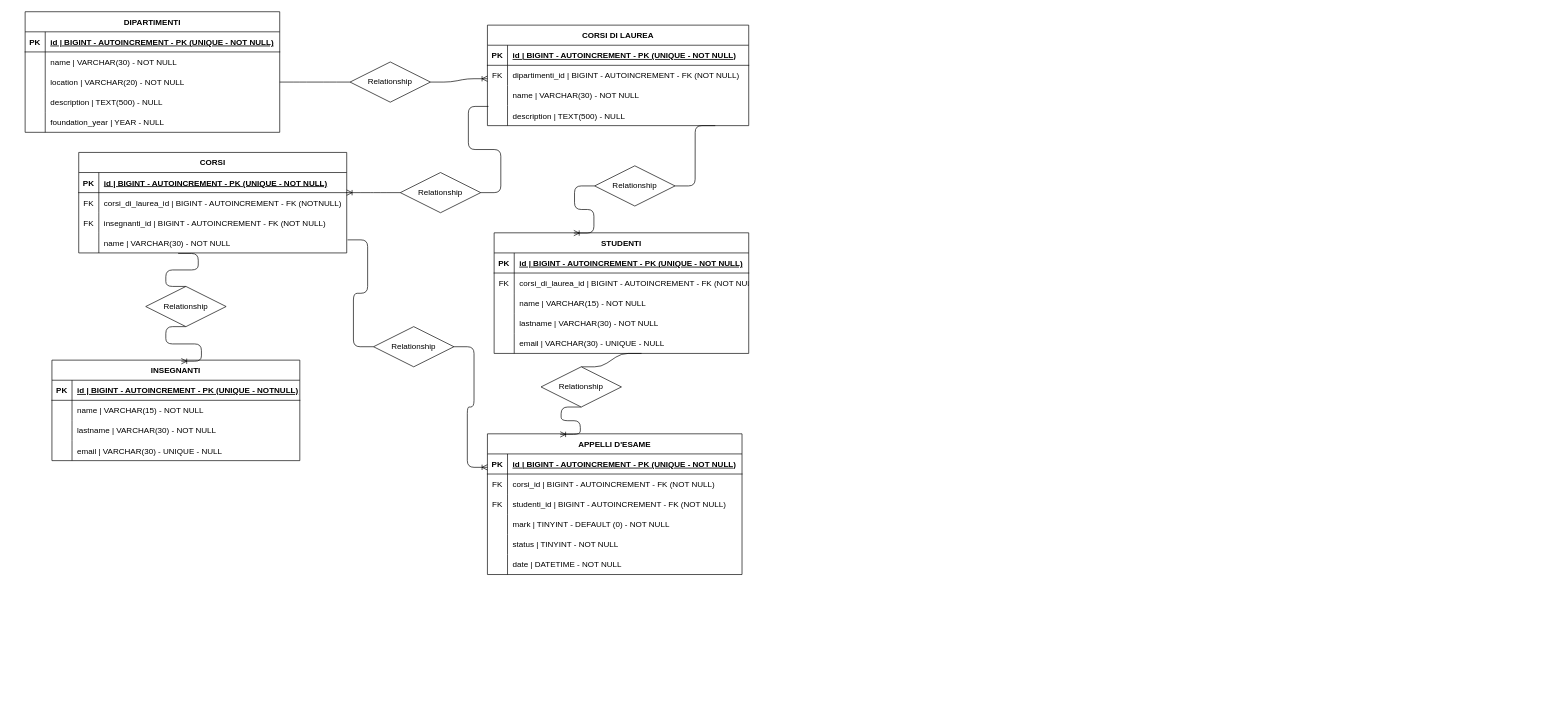
This is schema.drawio from JacopoTrincanato/db-university, a draw.io file, before an edit. Source tidied: cells renumbered, new cells numbered last; positions are measured from the earlier drawing's top-left corner, leaving out a move shared by most shapes. Both pictures are drawn from the tidied source at 67%, with x=0, y=0 at pixel (25, 11).
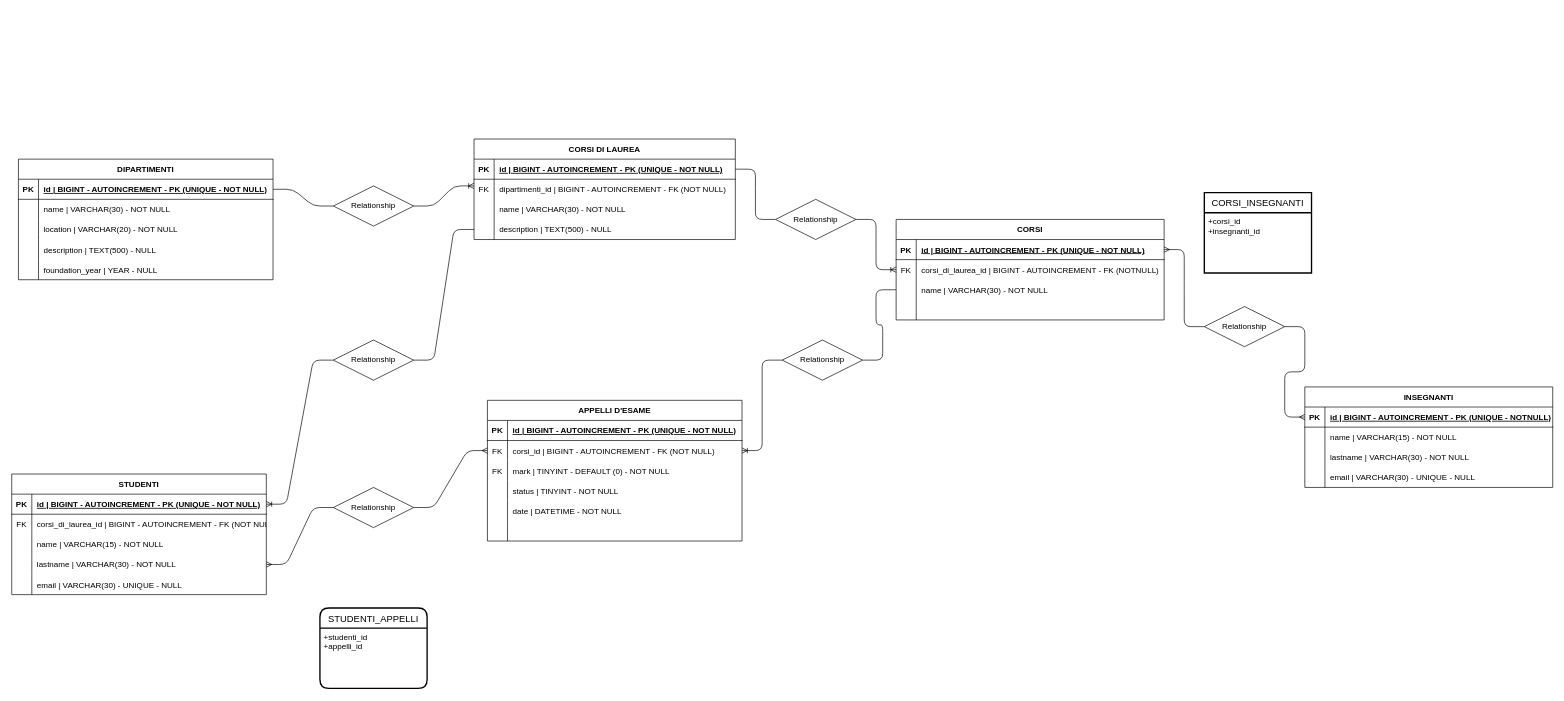
Above is the later version.

Unchanged cells that the change refers to:
```xml
<mxCell id="3" style="shape=tableRow;horizontal=0;startSize=0;swimlaneHead=0;swimlaneBody=0;fillColor=none;points=[[0,0.5],[1,0.5]];portConstraint=eastwest;top=0;left=0;right=0;bottom=1;" parent="2" vertex="1">
  <mxGeometry y="30" width="380" height="30" as="geometry" />
</mxCell>
<mxCell id="9" style="shape=tableRow;horizontal=0;startSize=0;swimlaneHead=0;swimlaneBody=0;fillColor=none;points=[[0,0.5],[1,0.5]];portConstraint=eastwest;top=0;left=0;right=0;bottom=0;" parent="2" vertex="1">
  <mxGeometry y="90" width="380" height="30" as="geometry" />
</mxCell>
<mxCell id="19" style="shape=tableRow;horizontal=0;startSize=0;swimlaneHead=0;swimlaneBody=0;fillColor=none;points=[[0,0.5],[1,0.5]];portConstraint=eastwest;top=0;left=0;right=0;bottom=1;" parent="18" vertex="1">
  <mxGeometry y="30" width="390" height="30" as="geometry" />
</mxCell>
<mxCell id="22" style="shape=tableRow;horizontal=0;startSize=0;swimlaneHead=0;swimlaneBody=0;fillColor=none;points=[[0,0.5],[1,0.5]];portConstraint=eastwest;top=0;left=0;right=0;bottom=0;" parent="18" vertex="1">
  <mxGeometry y="60" width="390" height="30" as="geometry" />
</mxCell>
<mxCell id="28" style="shape=tableRow;horizontal=0;startSize=0;swimlaneHead=0;swimlaneBody=0;fillColor=none;points=[[0,0.5],[1,0.5]];portConstraint=eastwest;top=0;left=0;right=0;bottom=0;" parent="18" vertex="1">
  <mxGeometry y="120" width="390" height="30" as="geometry" />
</mxCell>
<mxCell id="32" style="shape=tableRow;horizontal=0;startSize=0;swimlaneHead=0;swimlaneBody=0;fillColor=none;points=[[0,0.5],[1,0.5]];portConstraint=eastwest;top=0;left=0;right=0;bottom=1;" parent="31" vertex="1">
  <mxGeometry y="30" width="400" height="30" as="geometry" />
</mxCell>
<mxCell id="35" style="shape=tableRow;horizontal=0;startSize=0;swimlaneHead=0;swimlaneBody=0;fillColor=none;points=[[0,0.5],[1,0.5]];portConstraint=eastwest;top=0;left=0;right=0;bottom=0;" parent="31" vertex="1">
  <mxGeometry y="60" width="400" height="30" as="geometry" />
</mxCell>
<mxCell id="38" style="shape=tableRow;horizontal=0;startSize=0;swimlaneHead=0;swimlaneBody=0;fillColor=none;points=[[0,0.5],[1,0.5]];portConstraint=eastwest;top=0;left=0;right=0;bottom=0;" parent="31" vertex="1">
  <mxGeometry y="90" width="400" height="30" as="geometry" />
</mxCell>
<mxCell id="41" style="shape=tableRow;horizontal=0;startSize=0;swimlaneHead=0;swimlaneBody=0;fillColor=none;points=[[0,0.5],[1,0.5]];portConstraint=eastwest;top=0;left=0;right=0;bottom=0;" parent="31" vertex="1">
  <mxGeometry y="120" width="400" height="30" as="geometry" />
</mxCell>
<mxCell id="45" style="shape=tableRow;horizontal=0;startSize=0;swimlaneHead=0;swimlaneBody=0;fillColor=none;points=[[0,0.5],[1,0.5]];portConstraint=eastwest;top=0;left=0;right=0;bottom=1;" parent="44" vertex="1">
  <mxGeometry y="30" width="370" height="30" as="geometry" />
</mxCell>
<mxCell id="58" style="shape=tableRow;horizontal=0;startSize=0;swimlaneHead=0;swimlaneBody=0;fillColor=none;points=[[0,0.5],[1,0.5]];portConstraint=eastwest;top=0;left=0;right=0;bottom=1;" parent="57" vertex="1">
  <mxGeometry y="30" width="380" height="30" as="geometry" />
</mxCell>
<mxCell id="61" style="shape=tableRow;horizontal=0;startSize=0;swimlaneHead=0;swimlaneBody=0;fillColor=none;points=[[0,0.5],[1,0.5]];portConstraint=eastwest;top=0;left=0;right=0;bottom=0;" parent="57" vertex="1">
  <mxGeometry y="60" width="380" height="30" as="geometry" />
</mxCell>
<mxCell id="64" style="shape=tableRow;horizontal=0;startSize=0;swimlaneHead=0;swimlaneBody=0;fillColor=none;top=0;left=0;right=0;bottom=0;" parent="57" vertex="1">
  <mxGeometry y="90" width="380" height="30" as="geometry" />
</mxCell>
<mxCell id="67" style="shape=tableRow;horizontal=0;startSize=0;swimlaneHead=0;swimlaneBody=0;fillColor=none;top=0;left=0;right=0;bottom=0;" parent="57" vertex="1">
  <mxGeometry y="120" width="380" height="30" as="geometry" />
</mxCell>
<mxCell id="70" style="shape=tableRow;horizontal=0;startSize=0;swimlaneHead=0;swimlaneBody=0;fillColor=none;top=0;left=0;right=0;bottom=0;" parent="57" vertex="1">
  <mxGeometry y="150" width="380" height="30" as="geometry" />
</mxCell>
<mxCell id="73" style="shape=tableRow;horizontal=0;startSize=0;swimlaneHead=0;swimlaneBody=0;fillColor=none;top=0;left=0;right=0;bottom=0;" parent="57" vertex="1">
  <mxGeometry y="180" width="380" height="30" as="geometry" />
</mxCell>
<mxCell id="77" style="shape=tableRow;horizontal=0;startSize=0;swimlaneHead=0;swimlaneBody=0;fillColor=none;points=[[0,0.5],[1,0.5]];portConstraint=eastwest;top=0;left=0;right=0;bottom=1;" parent="76" vertex="1">
  <mxGeometry y="30" width="380" height="30" as="geometry" />
</mxCell>
<mxCell id="86" style="shape=tableRow;horizontal=0;startSize=0;swimlaneHead=0;swimlaneBody=0;fillColor=none;points=[[0,0.5],[1,0.5]];portConstraint=eastwest;top=0;left=0;right=0;bottom=0;" parent="76" vertex="1">
  <mxGeometry y="120" width="380" height="30" as="geometry" />
</mxCell>
<mxCell id="89" style="shape=tableRow;horizontal=0;startSize=0;swimlaneHead=0;swimlaneBody=0;fillColor=none;points=[[0,0.5],[1,0.5]];portConstraint=eastwest;top=0;left=0;right=0;bottom=0;" parent="76" vertex="1">
  <mxGeometry y="150" width="380" height="30" as="geometry" />
</mxCell>
```

The edit, as a diff of the source:
```diff
@@
+    <mxCell id="110" style="edgeStyle=entityRelationEdgeStyle;fontSize=12;html=1;endArrow=ERoneToMany;exitX=0;exitY=0.5;exitDx=0;exitDy=0;entryX=1;entryY=0.5;entryDx=0;entryDy=0;startArrow=none;" parent="1" edge="1" source="120" target="61">
+      <mxGeometry relative="1" as="geometry" />
+    </mxCell>
     <mxCell id="2" value="DIPARTIMENTI" style="shape=table;startSize=30;childLayout=tableLayout;rowLines=0;fontStyle=1;align=center;" parent="1" vertex="1">
-      <mxGeometry width="380" height="180" as="geometry" />
+      <mxGeometry x="-10" y="220" width="380" height="180" as="geometry" />
     </mxCell>
@@
     <mxCell id="18" value="CORSI DI LAUREA" style="shape=table;startSize=30;childLayout=tableLayout;rowLines=0;fontStyle=1;align=center;" parent="1" vertex="1">
-      <mxGeometry x="690" y="20" width="390" height="150" as="geometry" />
+      <mxGeometry x="670" y="190" width="390" height="150" as="geometry" />
     </mxCell>
@@
     <mxCell id="31" value="CORSI" style="shape=table;startSize=30;childLayout=tableLayout;rowLines=0;fontStyle=1;align=center;" parent="1" vertex="1">
-      <mxGeometry x="80" y="210" width="400" height="150" as="geometry" />
+      <mxGeometry x="1300" y="310" width="400" height="150" as="geometry" />
     </mxCell>
@@
-    <mxCell id="39" value="FK" style="shape=partialRectangle;fillColor=none;top=0;left=0;bottom=0;right=0;overflow=hidden;" parent="38" vertex="1">
+    <mxCell id="39" style="shape=partialRectangle;fillColor=none;top=0;left=0;bottom=0;right=0;overflow=hidden;" parent="38" vertex="1">
       <mxGeometry width="30" height="30" as="geometry" />
     </mxCell>
-    <mxCell id="40" value="insegnanti_id | BIGINT - AUTOINCREMENT - FK (NOT NULL)" style="shape=partialRectangle;fillColor=none;top=0;left=0;bottom=0;right=0;align=left;spacingLeft=6;overflow=hidden;" parent="38" vertex="1">
+    <mxCell id="40" value="name | VARCHAR(30) - NOT NULL" style="shape=partialRectangle;fillColor=none;top=0;left=0;bottom=0;right=0;align=left;spacingLeft=6;overflow=hidden;" parent="38" vertex="1">
       <mxGeometry x="30" width="370" height="30" as="geometry" />
     </mxCell>
@@
-    <mxCell id="43" value="name | VARCHAR(30) - NOT NULL" style="shape=partialRectangle;fillColor=none;top=0;left=0;bottom=0;right=0;align=left;spacingLeft=6;overflow=hidden;" parent="41" vertex="1">
+    <mxCell id="43" style="shape=partialRectangle;fillColor=none;top=0;left=0;bottom=0;right=0;align=left;spacingLeft=6;overflow=hidden;" parent="41" vertex="1">
       <mxGeometry x="30" width="370" height="30" as="geometry" />
     </mxCell>
     <mxCell id="44" value="INSEGNANTI" style="shape=table;startSize=30;childLayout=tableLayout;rowLines=0;fontStyle=1;align=center;" parent="1" vertex="1">
-      <mxGeometry x="40" y="520" width="370" height="150" as="geometry" />
+      <mxGeometry x="1910" y="560" width="370" height="150" as="geometry" />
     </mxCell>
@@
     <mxCell id="57" value="APPELLI D'ESAME" style="shape=table;startSize=30;childLayout=tableLayout;rowLines=0;fontStyle=1;align=center;" parent="1" vertex="1">
-      <mxGeometry x="690" y="630" width="380" height="210" as="geometry" />
+      <mxGeometry x="690" y="580" width="380" height="210" as="geometry" />
     </mxCell>
@@
-    <mxCell id="66" value="studenti_id | BIGINT - AUTOINCREMENT - FK (NOT NULL)" style="shape=partialRectangle;fillColor=none;top=0;left=0;bottom=0;right=0;align=left;spacingLeft=6;overflow=hidden;" parent="64" vertex="1">
+    <mxCell id="66" value="mark | TINYINT - DEFAULT (0) - NOT NULL" style="shape=partialRectangle;fillColor=none;top=0;left=0;bottom=0;right=0;align=left;spacingLeft=6;overflow=hidden;" parent="64" vertex="1">
       <mxGeometry x="30" width="350" height="30" as="geometry" />
     </mxCell>
@@
-    <mxCell id="69" value="mark | TINYINT - DEFAULT (0) - NOT NULL" style="shape=partialRectangle;fillColor=none;top=0;left=0;bottom=0;right=0;align=left;spacingLeft=6;overflow=hidden;" parent="67" vertex="1">
+    <mxCell id="69" value="status | TINYINT - NOT NULL" style="shape=partialRectangle;fillColor=none;top=0;left=0;bottom=0;right=0;align=left;spacingLeft=6;overflow=hidden;" parent="67" vertex="1">
       <mxGeometry x="30" width="350" height="30" as="geometry" />
     </mxCell>
@@
-    <mxCell id="72" value="status | TINYINT - NOT NULL" style="shape=partialRectangle;fillColor=none;top=0;left=0;bottom=0;right=0;align=left;spacingLeft=6;overflow=hidden;" parent="70" vertex="1">
+    <mxCell id="72" value="date | DATETIME - NOT NULL" style="shape=partialRectangle;fillColor=none;top=0;left=0;bottom=0;right=0;align=left;spacingLeft=6;overflow=hidden;" parent="70" vertex="1">
       <mxGeometry x="30" width="350" height="30" as="geometry" />
     </mxCell>
@@
-    <mxCell id="75" value="date | DATETIME - NOT NULL" style="shape=partialRectangle;fillColor=none;top=0;left=0;bottom=0;right=0;align=left;spacingLeft=6;overflow=hidden;" parent="73" vertex="1">
+    <mxCell id="75" style="shape=partialRectangle;fillColor=none;top=0;left=0;bottom=0;right=0;align=left;spacingLeft=6;overflow=hidden;" parent="73" vertex="1">
       <mxGeometry x="30" width="350" height="30" as="geometry" />
     </mxCell>
     <mxCell id="76" value="STUDENTI" style="shape=table;startSize=30;childLayout=tableLayout;rowLines=0;fontStyle=1;align=center;" parent="1" vertex="1">
-      <mxGeometry x="700" y="330" width="380" height="180" as="geometry" />
+      <mxGeometry x="-20" y="690" width="380" height="180" as="geometry" />
     </mxCell>
@@
-    <mxCell id="92" style="edgeStyle=entityRelationEdgeStyle;fontSize=12;html=1;endArrow=ERoneToMany;exitX=1;exitY=0.5;exitDx=0;exitDy=0;entryX=0;entryY=0.5;entryDx=0;entryDy=0;startArrow=none;" parent="1" edge="1" source="94">
-      <mxGeometry relative="1" as="geometry">
-        <mxPoint x="690" y="100" as="targetPoint" />
-      </mxGeometry>
+    <mxCell id="92" style="edgeStyle=entityRelationEdgeStyle;fontSize=12;html=1;endArrow=ERoneToMany;exitX=1;exitY=0.5;exitDx=0;exitDy=0;entryX=0;entryY=0.333;entryDx=0;entryDy=0;startArrow=none;entryPerimeter=0;" parent="1" edge="1" source="94" target="22">
+      <mxGeometry relative="1" as="geometry" />
     </mxCell>
-    <mxCell id="93" style="edgeStyle=entityRelationEdgeStyle;fontSize=12;html=1;endArrow=none;exitX=1;exitY=0.5;exitDx=0;exitDy=0;entryX=0;entryY=0.5;entryDx=0;entryDy=0;" parent="1" edge="1" source="9" target="94">
+    <mxCell id="93" style="edgeStyle=entityRelationEdgeStyle;fontSize=12;html=1;endArrow=none;exitX=1;exitY=0.5;exitDx=0;exitDy=0;entryX=0;entryY=0.5;entryDx=0;entryDy=0;" parent="1" edge="1" source="3" target="94">
       <mxGeometry relative="1" as="geometry" />
     </mxCell>
     <mxCell id="94" value="Relationship" style="shape=rhombus;perimeter=rhombusPerimeter;whiteSpace=wrap;html=1;align=center;" parent="1" vertex="1">
-      <mxGeometry x="485" y="75" width="120" height="60" as="geometry" />
+      <mxGeometry x="460" y="260" width="120" height="60" as="geometry" />
     </mxCell>
-    <mxCell id="95" style="edgeStyle=entityRelationEdgeStyle;fontSize=12;html=1;endArrow=ERoneToMany;exitX=0;exitY=0.5;exitDx=0;exitDy=0;entryX=1;entryY=0;entryDx=0;entryDy=0;entryPerimeter=0;startArrow=none;" parent="1" edge="1" source="97" target="35">
-      <mxGeometry relative="1" as="geometry" />
-    </mxCell>
-    <mxCell id="96" style="edgeStyle=entityRelationEdgeStyle;fontSize=12;html=1;endArrow=none;exitX=0.004;exitY=0.044;exitDx=0;exitDy=0;exitPerimeter=0;entryX=1;entryY=0.5;entryDx=0;entryDy=0;" parent="1" edge="1" source="28" target="97">
-      <mxGeometry relative="1" as="geometry" />
-    </mxCell>
-    <mxCell id="97" value="Relationship" style="shape=rhombus;perimeter=rhombusPerimeter;whiteSpace=wrap;html=1;align=center;" parent="1" vertex="1">
-      <mxGeometry x="560" y="240" width="120" height="60" as="geometry" />
-    </mxCell>
-    <mxCell id="98" style="edgeStyle=entityRelationEdgeStyle;fontSize=12;html=1;endArrow=ERoneToMany;exitX=0;exitY=0.5;exitDx=0;exitDy=0;entryX=0.313;entryY=0.002;entryDx=0;entryDy=0;startArrow=none;entryPerimeter=0;" parent="1" edge="1" source="100" target="76">
-      <mxGeometry relative="1" as="geometry" />
-    </mxCell>
-    <mxCell id="99" style="edgeStyle=entityRelationEdgeStyle;fontSize=12;html=1;endArrow=none;exitX=0.872;exitY=1;exitDx=0;exitDy=0;exitPerimeter=0;entryX=1;entryY=0.5;entryDx=0;entryDy=0;" parent="1" edge="1" source="28" target="100">
-      <mxGeometry relative="1" as="geometry" />
-    </mxCell>
-    <mxCell id="100" value="Relationship" style="shape=rhombus;perimeter=rhombusPerimeter;whiteSpace=wrap;html=1;align=center;" parent="1" vertex="1">
-      <mxGeometry x="850" y="230" width="120" height="60" as="geometry" />
-    </mxCell>
-    <mxCell id="101" style="edgeStyle=entityRelationEdgeStyle;fontSize=12;html=1;endArrow=ERoneToMany;exitX=0.5;exitY=1;exitDx=0;exitDy=0;entryX=0.286;entryY=0.004;entryDx=0;entryDy=0;entryPerimeter=0;startArrow=none;" parent="1" edge="1" source="103" target="57">
-      <mxGeometry relative="1" as="geometry" />
-    </mxCell>
-    <mxCell id="102" style="edgeStyle=entityRelationEdgeStyle;fontSize=12;html=1;endArrow=none;exitX=0.579;exitY=1;exitDx=0;exitDy=0;exitPerimeter=0;entryX=0.5;entryY=0;entryDx=0;entryDy=0;" parent="1" edge="1" source="89" target="103">
-      <mxGeometry relative="1" as="geometry" />
-    </mxCell>
-    <mxCell id="103" value="Relationship" style="shape=rhombus;perimeter=rhombusPerimeter;whiteSpace=wrap;html=1;align=center;" parent="1" vertex="1">
-      <mxGeometry x="770" y="530" width="120" height="60" as="geometry" />
-    </mxCell>
-    <mxCell id="104" style="edgeStyle=entityRelationEdgeStyle;fontSize=12;html=1;endArrow=ERoneToMany;exitX=1;exitY=0.5;exitDx=0;exitDy=0;entryX=0;entryY=0.667;entryDx=0;entryDy=0;entryPerimeter=0;startArrow=none;" parent="1" edge="1" source="106" target="58">
-      <mxGeometry relative="1" as="geometry" />
-    </mxCell>
-    <mxCell id="105" style="edgeStyle=entityRelationEdgeStyle;fontSize=12;html=1;endArrow=none;exitX=1.003;exitY=0.35;exitDx=0;exitDy=0;exitPerimeter=0;entryX=0;entryY=0.5;entryDx=0;entryDy=0;" parent="1" edge="1" source="41" target="106">
-      <mxGeometry relative="1" as="geometry" />
-    </mxCell>
-    <mxCell id="106" value="Relationship" style="shape=rhombus;perimeter=rhombusPerimeter;whiteSpace=wrap;html=1;align=center;" parent="1" vertex="1">
-      <mxGeometry x="520" y="470" width="120" height="60" as="geometry" />
-    </mxCell>
-    <mxCell id="107" style="edgeStyle=entityRelationEdgeStyle;fontSize=12;html=1;endArrow=ERoneToMany;exitX=0.5;exitY=1;exitDx=0;exitDy=0;entryX=0.522;entryY=0.011;entryDx=0;entryDy=0;entryPerimeter=0;startArrow=none;" parent="1" edge="1" source="109" target="44">
-      <mxGeometry relative="1" as="geometry" />
-    </mxCell>
-    <mxCell id="108" style="edgeStyle=entityRelationEdgeStyle;fontSize=12;html=1;endArrow=none;exitX=0.371;exitY=1.027;exitDx=0;exitDy=0;exitPerimeter=0;entryX=0.5;entryY=0;entryDx=0;entryDy=0;" parent="1" edge="1" source="41" target="109">
-      <mxGeometry relative="1" as="geometry" />
-    </mxCell>
-    <mxCell id="109" value="Relationship" style="shape=rhombus;perimeter=rhombusPerimeter;whiteSpace=wrap;html=1;align=center;" parent="1" vertex="1">
-      <mxGeometry x="180" y="410" width="120" height="60" as="geometry" />
-    </mxCell>
+    <mxCell id="111" style="edgeStyle=entityRelationEdgeStyle;fontSize=12;html=1;endArrow=ERoneToMany;exitX=1;exitY=0.5;exitDx=0;exitDy=0;entryX=0;entryY=0.5;entryDx=0;entryDy=0;startArrow=none;" parent="1" edge="1" source="113" target="35">
+      <mxGeometry relative="1" as="geometry" />
+    </mxCell>
+    <mxCell id="112" style="edgeStyle=entityRelationEdgeStyle;fontSize=12;html=1;endArrow=none;exitX=1;exitY=0.5;exitDx=0;exitDy=0;entryX=0;entryY=0.5;entryDx=0;entryDy=0;" parent="1" edge="1" source="19" target="113">
+      <mxGeometry relative="1" as="geometry" />
+    </mxCell>
+    <mxCell id="113" value="Relationship" style="shape=rhombus;perimeter=rhombusPerimeter;whiteSpace=wrap;html=1;align=center;" parent="1" vertex="1">
+      <mxGeometry x="1120" y="280" width="120" height="60" as="geometry" />
+    </mxCell>
+    <mxCell id="114" value="CORSI_INSEGNANTI" style="swimlane;horizontal=1;startSize=30;rounded=1;fontSize=14;fontStyle=0;strokeWidth=2;shadow=0;dashed=0;align=center;arcSize=0;direction=east;" parent="1" vertex="1">
+      <mxGeometry x="1760" y="270" width="160" height="120" as="geometry" />
+    </mxCell>
+    <mxCell id="115" value="+corsi_id &#10;+insegnanti_id " style="align=left;strokeColor=none;fillColor=none;spacingLeft=4;fontSize=12;verticalAlign=top;" parent="114" vertex="1">
+      <mxGeometry y="30" width="160" height="90" as="geometry" />
+    </mxCell>
+    <mxCell id="116" style="edgeStyle=entityRelationEdgeStyle;fontSize=12;html=1;endArrow=ERmany;startArrow=none;entryX=0;entryY=0.5;entryDx=0;entryDy=0;exitX=1;exitY=0.5;exitDx=0;exitDy=0;" parent="1" edge="1" source="118" target="45">
+      <mxGeometry relative="1" as="geometry" />
+    </mxCell>
+    <mxCell id="117" style="edgeStyle=entityRelationEdgeStyle;fontSize=12;html=1;endArrow=none;startArrow=ERmany;entryX=0;entryY=0.5;entryDx=0;entryDy=0;exitX=1;exitY=0.5;exitDx=0;exitDy=0;" parent="1" edge="1" source="32" target="118">
+      <mxGeometry relative="1" as="geometry" />
+    </mxCell>
+    <mxCell id="118" value="Relationship" style="shape=rhombus;perimeter=rhombusPerimeter;whiteSpace=wrap;html=1;align=center;" parent="1" vertex="1">
+      <mxGeometry x="1760" y="440" width="120" height="60" as="geometry" />
+    </mxCell>
+    <mxCell id="119" style="edgeStyle=entityRelationEdgeStyle;fontSize=12;html=1;endArrow=none;exitX=0;exitY=0.5;exitDx=0;exitDy=0;entryX=1;entryY=0.5;entryDx=0;entryDy=0;" parent="1" edge="1" source="38" target="120">
+      <mxGeometry relative="1" as="geometry" />
+    </mxCell>
+    <mxCell id="120" value="Relationship" style="shape=rhombus;perimeter=rhombusPerimeter;whiteSpace=wrap;html=1;align=center;fontFamily=Helvetica;fontSize=12;fontColor=default;" parent="1" vertex="1">
+      <mxGeometry x="1130" y="490" width="120" height="60" as="geometry" />
+    </mxCell>
+    <mxCell id="121" style="edgeStyle=entityRelationEdgeStyle;fontSize=12;html=1;endArrow=ERmany;startArrow=none;rounded=1;labelBackgroundColor=default;strokeColor=default;fontFamily=Helvetica;fontColor=default;shape=connector;entryX=0;entryY=0.5;entryDx=0;entryDy=0;exitX=1;exitY=0.5;exitDx=0;exitDy=0;" parent="1" edge="1" source="123" target="61">
+      <mxGeometry relative="1" as="geometry" />
+    </mxCell>
+    <mxCell id="122" style="edgeStyle=entityRelationEdgeStyle;fontSize=12;html=1;endArrow=none;startArrow=ERmany;rounded=1;labelBackgroundColor=default;strokeColor=default;fontFamily=Helvetica;fontColor=default;shape=connector;entryX=0;entryY=0.5;entryDx=0;entryDy=0;exitX=1;exitY=0.5;exitDx=0;exitDy=0;" parent="1" edge="1" source="86" target="123">
+      <mxGeometry relative="1" as="geometry" />
+    </mxCell>
+    <mxCell id="123" value="Relationship" style="shape=rhombus;perimeter=rhombusPerimeter;whiteSpace=wrap;html=1;align=center;fontFamily=Helvetica;fontSize=12;fontColor=default;" parent="1" vertex="1">
+      <mxGeometry x="460" y="710" width="120" height="60" as="geometry" />
+    </mxCell>
+    <mxCell id="124" value="STUDENTI_APPELLI" style="swimlane;horizontal=1;startSize=30;rounded=1;fontSize=14;fontStyle=0;strokeWidth=2;shadow=0;dashed=0;align=center;fontFamily=Helvetica;fontColor=default;" parent="1" vertex="1">
+      <mxGeometry x="440" y="890" width="160" height="120" as="geometry" />
+    </mxCell>
+    <mxCell id="125" value="+studenti_id &#10;+appelli_id&#10;" style="align=left;strokeColor=none;fillColor=none;spacingLeft=4;fontSize=12;verticalAlign=top;fontFamily=Helvetica;fontColor=default;" parent="124" vertex="1">
+      <mxGeometry y="30" width="160" height="90" as="geometry" />
+    </mxCell>
+    <mxCell id="126" style="edgeStyle=entityRelationEdgeStyle;fontSize=12;html=1;endArrow=ERoneToMany;rounded=1;labelBackgroundColor=default;strokeColor=default;fontFamily=Helvetica;fontColor=default;shape=connector;exitX=0;exitY=0.5;exitDx=0;exitDy=0;entryX=1;entryY=0.5;entryDx=0;entryDy=0;startArrow=none;" parent="1" edge="1" source="128" target="77">
+      <mxGeometry relative="1" as="geometry" />
+    </mxCell>
+    <mxCell id="127" style="edgeStyle=entityRelationEdgeStyle;fontSize=12;html=1;endArrow=none;rounded=1;labelBackgroundColor=default;strokeColor=default;fontFamily=Helvetica;fontColor=default;shape=connector;exitX=0;exitY=0.5;exitDx=0;exitDy=0;entryX=1;entryY=0.5;entryDx=0;entryDy=0;" parent="1" edge="1" source="28" target="128">
+      <mxGeometry relative="1" as="geometry" />
+    </mxCell>
+    <mxCell id="128" value="Relationship" style="shape=rhombus;perimeter=rhombusPerimeter;whiteSpace=wrap;html=1;align=center;fontFamily=Helvetica;fontSize=12;fontColor=default;" parent="1" vertex="1">
+      <mxGeometry x="460" y="490" width="120" height="60" as="geometry" />
+    </mxCell>
```
